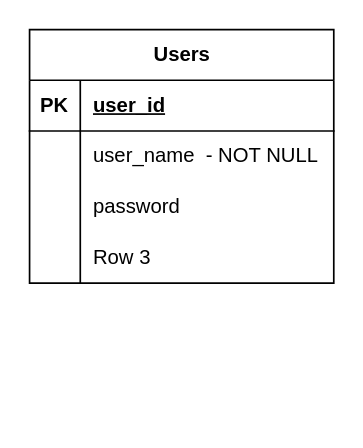
Before: ER-Diagram.drawio in bhargav1997/work-flows, a draw.io diagram. Source tidied: cells renumbered, new cells numbered last; positions are measured from the earlier drawing's top-left corner, leaving out a move shared by most shapes. Both pictures are drawn from the tidied source at 169%, with x=0, y=0 at pixel (29, 29).
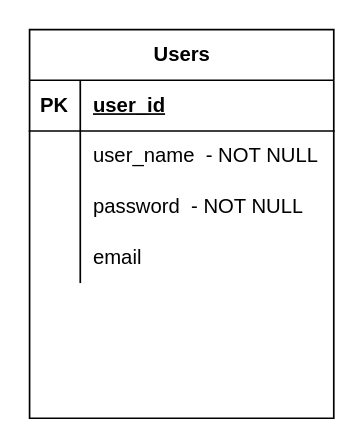
The same page after the edit.

Diff of the diagram source:
```diff
@@
 <mxGraphModel>
   <root>
     <mxCell id="0" />
     <mxCell id="1" parent="0" />
     <mxCell id="2" value="Users" style="shape=table;startSize=30;childLayout=tableLayout;rowLines=0;fontStyle=1;align=center;html=1;" parent="1" vertex="1">
-      <mxGeometry width="180" height="150" as="geometry" />
+      <mxGeometry width="180" height="230" as="geometry" />
     </mxCell>
     <mxCell id="3" style="shape=tableRow;horizontal=0;startSize=0;swimlaneHead=0;swimlaneBody=0;fillColor=none;top=0;left=0;right=0;bottom=1;" parent="2" vertex="1">
       <mxGeometry y="30" width="180" height="30" as="geometry" />
     </mxCell>
     <mxCell id="4" value="PK" style="shape=partialRectangle;fillColor=none;top=0;left=0;bottom=0;right=0;fontStyle=1;overflow=hidden;whiteSpace=wrap;html=1;" parent="3" vertex="1">
       <mxGeometry width="30" height="30" as="geometry" />
     </mxCell>
     <mxCell id="5" value="user_id" style="shape=partialRectangle;fillColor=none;top=0;left=0;bottom=0;right=0;align=left;spacingLeft=6;fontStyle=5;overflow=hidden;whiteSpace=wrap;html=1;" parent="3" vertex="1">
       <mxGeometry x="30" width="150" height="30" as="geometry" />
     </mxCell>
     <mxCell id="6" style="shape=tableRow;horizontal=0;startSize=0;swimlaneHead=0;swimlaneBody=0;fillColor=none;top=0;left=0;right=0;bottom=0;" parent="2" vertex="1">
       <mxGeometry y="60" width="180" height="30" as="geometry" />
     </mxCell>
     <mxCell id="7" style="shape=partialRectangle;fillColor=none;top=0;left=0;bottom=0;right=0;overflow=hidden;whiteSpace=wrap;html=1;" parent="6" vertex="1">
       <mxGeometry width="30" height="30" as="geometry" />
     </mxCell>
     <mxCell id="8" value="user_name&amp;nbsp; - NOT NULL" style="shape=partialRectangle;fillColor=none;top=0;left=0;bottom=0;right=0;align=left;spacingLeft=6;overflow=hidden;whiteSpace=wrap;html=1;" parent="6" vertex="1">
       <mxGeometry x="30" width="150" height="30" as="geometry" />
     </mxCell>
     <mxCell id="9" style="shape=tableRow;horizontal=0;startSize=0;swimlaneHead=0;swimlaneBody=0;fillColor=none;top=0;left=0;right=0;bottom=0;" parent="2" vertex="1">
       <mxGeometry y="90" width="180" height="30" as="geometry" />
     </mxCell>
     <mxCell id="10" style="shape=partialRectangle;fillColor=none;top=0;left=0;bottom=0;right=0;overflow=hidden;whiteSpace=wrap;html=1;" parent="9" vertex="1">
       <mxGeometry width="30" height="30" as="geometry" />
     </mxCell>
-    <mxCell id="11" value="password" style="shape=partialRectangle;fillColor=none;top=0;left=0;bottom=0;right=0;align=left;spacingLeft=6;overflow=hidden;whiteSpace=wrap;html=1;" parent="9" vertex="1">
+    <mxCell id="11" value="password&amp;nbsp;&amp;nbsp;- NOT NULL" style="shape=partialRectangle;fillColor=none;top=0;left=0;bottom=0;right=0;align=left;spacingLeft=6;overflow=hidden;whiteSpace=wrap;html=1;" parent="9" vertex="1">
       <mxGeometry x="30" width="150" height="30" as="geometry" />
     </mxCell>
     <mxCell id="12" style="shape=tableRow;horizontal=0;startSize=0;swimlaneHead=0;swimlaneBody=0;fillColor=none;top=0;left=0;right=0;bottom=0;" parent="2" vertex="1">
       <mxGeometry y="120" width="180" height="30" as="geometry" />
     </mxCell>
     <mxCell id="13" style="shape=partialRectangle;fillColor=none;top=0;left=0;bottom=0;right=0;overflow=hidden;whiteSpace=wrap;html=1;" parent="12" vertex="1">
       <mxGeometry width="30" height="30" as="geometry" />
     </mxCell>
-    <mxCell id="14" value="Row 3" style="shape=partialRectangle;fillColor=none;top=0;left=0;bottom=0;right=0;align=left;spacingLeft=6;overflow=hidden;whiteSpace=wrap;html=1;" parent="12" vertex="1">
+    <mxCell id="14" value="email" style="shape=partialRectangle;fillColor=none;top=0;left=0;bottom=0;right=0;align=left;spacingLeft=6;overflow=hidden;whiteSpace=wrap;html=1;" parent="12" vertex="1">
       <mxGeometry x="30" width="150" height="30" as="geometry" />
     </mxCell>
   </root>
 </mxGraphModel>
```
